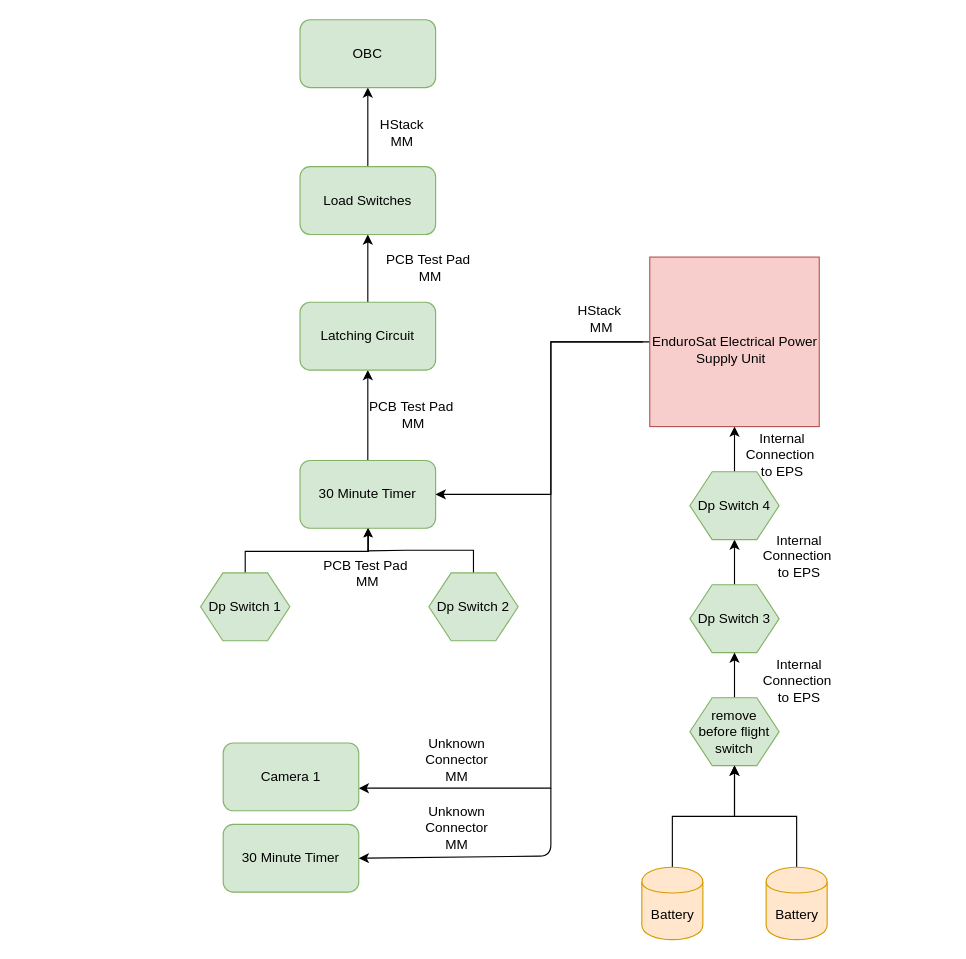
Before: Systems/Assembly and Integration/PREMCR/EGSE_30MinTimer_BlockDiagram.drawio in cubesat-project/CubeSat, a draw.io diagram. Source tidied: cells renumbered, new cells numbered last; positions are measured from the earlier drawing's top-left corner, leaving out a move shared by most shapes. Both pictures are drawn from the tidied source at 113%, with x=0, y=0 at pixel (144, 19).
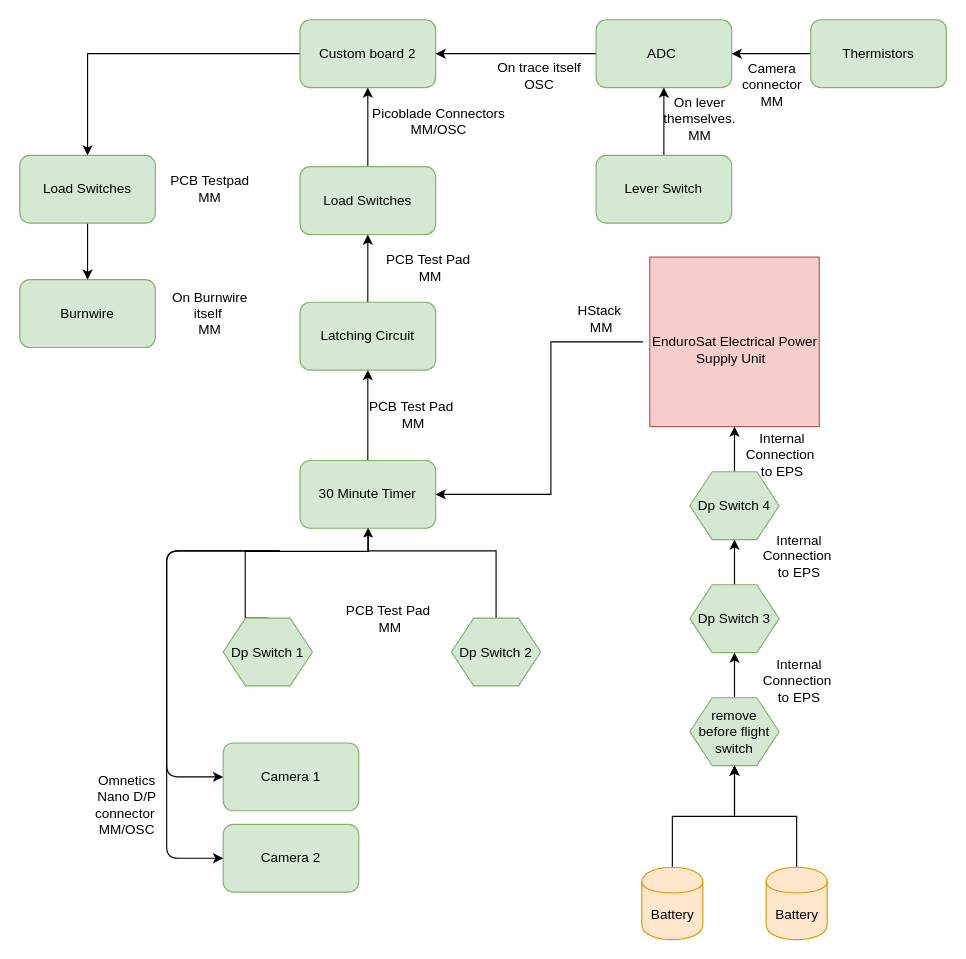
Above is the later version.

The change refers to these unchanged cells:
```xml
<mxCell id="5" value="30 Minute Timer" style="rounded=1;whiteSpace=wrap;html=1;fillColor=#d5e8d4;strokeColor=#82b366;" parent="1" vertex="1">
  <mxGeometry x="138" y="390" width="120" height="60" as="geometry" />
</mxCell>
<mxCell id="18" value="&lt;br&gt;EnduroSat Electrical Power Supply Unit&amp;nbsp;&amp;nbsp;" style="whiteSpace=wrap;html=1;fillColor=#f8cecc;strokeColor=#b85450;align=center;" parent="1" vertex="1">
  <mxGeometry x="447.5" y="210" width="150" height="150" as="geometry" />
</mxCell>
<mxCell id="29" value="Camera 1" style="rounded=1;whiteSpace=wrap;html=1;fillColor=#d5e8d4;strokeColor=#82b366;" parent="1" vertex="1">
  <mxGeometry x="70" y="640" width="120" height="60" as="geometry" />
</mxCell>
```

What changed in the source:
```diff
@@
     <mxCell id="7" value="Dp Switch 1" style="shape=hexagon;perimeter=hexagonPerimeter2;whiteSpace=wrap;html=1;fillColor=#d5e8d4;strokeColor=#82b366;" parent="1" vertex="1">
-      <mxGeometry x="50" y="489.5" width="79" height="60" as="geometry" />
+      <mxGeometry x="70" y="529.5" width="79" height="60" as="geometry" />
     </mxCell>
     <mxCell id="8" style="edgeStyle=orthogonalEdgeStyle;rounded=0;jettySize=auto;html=1;exitX=0.5;exitY=0;exitDx=0;exitDy=0;entryX=0.5;entryY=1;entryDx=0;entryDy=0;startArrow=none;startFill=0;endArrow=classic;endFill=1;endSize=5;targetPerimeterSpacing=0;" parent="1" edge="1" source="9" target="5">
-      <mxGeometry relative="1" as="geometry" />
+      <mxGeometry relative="1" as="geometry">
+        <Array as="points">
+          <mxPoint x="312" y="470" />
+          <mxPoint x="198" y="470" />
+        </Array>
+      </mxGeometry>
     </mxCell>
     <mxCell id="9" value="Dp Switch 2" style="shape=hexagon;perimeter=hexagonPerimeter2;whiteSpace=wrap;html=1;fillColor=#d5e8d4;strokeColor=#82b366;" parent="1" vertex="1">
-      <mxGeometry x="252" y="489.5" width="79" height="60" as="geometry" />
+      <mxGeometry x="272" y="529.5" width="79" height="60" as="geometry" />
     </mxCell>
@@
-    <mxCell id="17" style="edgeStyle=orthogonalEdgeStyle;rounded=0;jettySize=auto;html=1;exitX=0;exitY=0.5;exitDx=0;exitDy=0;" parent="1" edge="1" source="18">
-      <mxGeometry relative="1" as="geometry">
-        <mxPoint x="190" y="680" as="targetPoint" />
-        <Array as="points">
-          <mxPoint x="360" y="285" />
-          <mxPoint x="360" y="680" />
-          <mxPoint x="190" y="680" />
-        </Array>
-      </mxGeometry>
-    </mxCell>
@@
+    <mxCell id="41" style="edgeStyle=orthogonalEdgeStyle;rounded=0;jettySize=auto;html=1;entryX=0.5;entryY=0;entryDx=0;entryDy=0;" parent="1" edge="1" source="28" target="47">
+      <mxGeometry relative="1" as="geometry" />
+    </mxCell>
-    <mxCell id="28" value="OBC" style="rounded=1;whiteSpace=wrap;html=1;fillColor=#d5e8d4;strokeColor=#82b366;" parent="1" vertex="1">
+    <mxCell id="28" value="Custom board 2" style="rounded=1;whiteSpace=wrap;html=1;fillColor=#d5e8d4;strokeColor=#82b366;" parent="1" vertex="1">
       <mxGeometry x="138" width="120" height="60" as="geometry" />
     </mxCell>
@@
-    <mxCell id="30" value="30 Minute Timer" style="rounded=1;whiteSpace=wrap;html=1;fillColor=#d5e8d4;strokeColor=#82b366;" parent="1" vertex="1">
+    <mxCell id="30" value="Camera 2" style="rounded=1;whiteSpace=wrap;html=1;fillColor=#d5e8d4;strokeColor=#82b366;" parent="1" vertex="1">
       <mxGeometry x="70" y="712" width="120" height="60" as="geometry" />
     </mxCell>
-    <mxCell id="31" style="endArrow=classic;html=1;entryX=1;entryY=0.5;entryDx=0;entryDy=0;" parent="1" edge="1" target="30">
-      <mxGeometry relative="1" as="geometry">
-        <mxPoint x="360" y="680" as="sourcePoint" />
-        <Array as="points">
-          <mxPoint x="360" y="740" />
-        </Array>
-      </mxGeometry>
-    </mxCell>
-    <mxCell id="32" value="Unknown Connector MM" style="text;html=1;strokeColor=none;fillColor=none;align=center;verticalAlign=middle;whiteSpace=wrap;rounded=0;" parent="1" vertex="1">
-      <mxGeometry x="252" y="630" width="50" height="50" as="geometry" />
-    </mxCell>
-    <mxCell id="33" value="Unknown Connector MM" style="text;html=1;strokeColor=none;fillColor=none;align=center;verticalAlign=middle;whiteSpace=wrap;rounded=0;" parent="1" vertex="1">
-      <mxGeometry x="252" y="690" width="50" height="50" as="geometry" />
-    </mxCell>
@@
     <mxCell id="37" value="PCB Test Pad&amp;nbsp;&lt;br&gt;MM" style="text;html=1;strokeColor=none;fillColor=none;align=center;verticalAlign=middle;whiteSpace=wrap;rounded=0;" parent="1" vertex="1">
-      <mxGeometry x="153" y="480" width="90" height="20" as="geometry" />
+      <mxGeometry x="173" y="520" width="90" height="20" as="geometry" />
     </mxCell>
@@
-    <mxCell id="40" value="HStack&lt;br&gt;MM" style="text;html=1;strokeColor=none;fillColor=none;align=center;verticalAlign=middle;whiteSpace=wrap;rounded=0;" parent="1" vertex="1">
-      <mxGeometry x="180" y="90" width="97" height="20" as="geometry" />
+    <mxCell id="40" value="Picoblade Connectors&lt;br&gt;MM/OSC" style="text;html=1;strokeColor=none;fillColor=none;align=center;verticalAlign=middle;whiteSpace=wrap;rounded=0;" parent="1" vertex="1">
+      <mxGeometry x="180" y="70" width="162" height="40" as="geometry" />
     </mxCell>
+    <mxCell id="42" style="endArrow=classic;html=1;entryX=0;entryY=0.5;entryDx=0;entryDy=0;" parent="1" edge="1" target="29">
+      <mxGeometry relative="1" as="geometry">
+        <mxPoint x="120" y="470" as="sourcePoint" />
+        <Array as="points">
+          <mxPoint x="20" y="470" />
+          <mxPoint x="20" y="670" />
+        </Array>
+      </mxGeometry>
+    </mxCell>
+    <mxCell id="43" style="endArrow=classic;html=1;entryX=0;entryY=0.5;entryDx=0;entryDy=0;" parent="1" edge="1" target="30">
+      <mxGeometry relative="1" as="geometry">
+        <mxPoint x="120" y="470" as="sourcePoint" />
+        <Array as="points">
+          <mxPoint x="20" y="470" />
+          <mxPoint x="20" y="742" />
+        </Array>
+      </mxGeometry>
+    </mxCell>
+    <mxCell id="44" value="Omnetics Nano D/P connector&amp;nbsp; MM/OSC" style="text;html=1;strokeColor=none;fillColor=none;align=center;verticalAlign=middle;whiteSpace=wrap;rounded=0;" parent="1" vertex="1">
+      <mxGeometry x="-40" y="670" width="50" height="50" as="geometry" />
+    </mxCell>
+    <mxCell id="45" value="Burnwire" style="rounded=1;whiteSpace=wrap;html=1;fillColor=#d5e8d4;strokeColor=#82b366;" parent="1" vertex="1">
+      <mxGeometry x="-110" y="230" width="120" height="60" as="geometry" />
+    </mxCell>
+    <mxCell id="46" style="edgeStyle=orthogonalEdgeStyle;rounded=0;jettySize=auto;html=1;" parent="1" edge="1" source="47" target="45">
+      <mxGeometry relative="1" as="geometry" />
+    </mxCell>
+    <mxCell id="47" value="Load Switches" style="rounded=1;whiteSpace=wrap;html=1;fillColor=#d5e8d4;strokeColor=#82b366;" parent="1" vertex="1">
+      <mxGeometry x="-110" y="120" width="120" height="60" as="geometry" />
+    </mxCell>
+    <mxCell id="48" value="On Burnwire itself&amp;nbsp;&lt;br&gt;MM" style="text;html=1;strokeColor=none;fillColor=none;align=center;verticalAlign=middle;whiteSpace=wrap;rounded=0;" parent="1" vertex="1">
+      <mxGeometry x="10" y="250" width="97" height="20" as="geometry" />
+    </mxCell>
+    <mxCell id="49" value="PCB Testpad&lt;br&gt;MM" style="text;html=1;strokeColor=none;fillColor=none;align=center;verticalAlign=middle;whiteSpace=wrap;rounded=0;" parent="1" vertex="1">
+      <mxGeometry x="10" y="140" width="97" height="20" as="geometry" />
+    </mxCell>
+    <mxCell id="50" style="edgeStyle=orthogonalEdgeStyle;rounded=0;jettySize=auto;html=1;entryX=1;entryY=0.5;entryDx=0;entryDy=0;" parent="1" edge="1" source="51" target="28">
+      <mxGeometry relative="1" as="geometry" />
+    </mxCell>
+    <mxCell id="51" value="ADC&amp;nbsp;" style="rounded=1;whiteSpace=wrap;html=1;fillColor=#d5e8d4;strokeColor=#82b366;" parent="1" vertex="1">
+      <mxGeometry x="400" width="120" height="60" as="geometry" />
+    </mxCell>
+    <mxCell id="52" value="On trace itself&lt;br&gt;OSC" style="text;html=1;strokeColor=none;fillColor=none;align=center;verticalAlign=middle;whiteSpace=wrap;rounded=0;" parent="1" vertex="1">
+      <mxGeometry x="310" y="10" width="80" height="80" as="geometry" />
+    </mxCell>
+    <mxCell id="53" style="edgeStyle=orthogonalEdgeStyle;rounded=0;jettySize=auto;html=1;" parent="1" edge="1" source="54" target="51">
+      <mxGeometry relative="1" as="geometry" />
+    </mxCell>
+    <mxCell id="54" value="Lever Switch" style="rounded=1;whiteSpace=wrap;html=1;fillColor=#d5e8d4;strokeColor=#82b366;" parent="1" vertex="1">
+      <mxGeometry x="400" y="120" width="120" height="60" as="geometry" />
+    </mxCell>
+    <mxCell id="55" style="edgeStyle=orthogonalEdgeStyle;rounded=0;jettySize=auto;html=1;" parent="1" edge="1" source="56" target="51">
+      <mxGeometry relative="1" as="geometry" />
+    </mxCell>
+    <mxCell id="56" value="Thermistors" style="rounded=1;whiteSpace=wrap;html=1;fillColor=#d5e8d4;strokeColor=#82b366;" parent="1" vertex="1">
+      <mxGeometry x="590" width="120" height="60" as="geometry" />
+    </mxCell>
+    <mxCell id="57" value="&lt;div style=&quot;text-align: center&quot;&gt;&lt;span&gt;&lt;font face=&quot;helvetica&quot;&gt;On lever themselves.&lt;br&gt;MM&lt;/font&gt;&lt;/span&gt;&lt;/div&gt;&lt;div style=&quot;text-align: center&quot;&gt;&lt;span&gt;&lt;font face=&quot;helvetica&quot;&gt;&lt;br&gt;&lt;/font&gt;&lt;/span&gt;&lt;/div&gt;" style="text;whiteSpace=wrap;html=1;" parent="1" vertex="1">
+      <mxGeometry x="440.5" y="60" width="100" height="40" as="geometry" />
+    </mxCell>
+    <mxCell id="58" value="&lt;div style=&quot;text-align: center&quot;&gt;&lt;font face=&quot;helvetica&quot;&gt;Camera connector&lt;br&gt;MM&lt;/font&gt;&lt;/div&gt;" style="text;whiteSpace=wrap;html=1;" parent="1" vertex="1">
+      <mxGeometry x="504.5" y="30" width="100" height="40" as="geometry" />
+    </mxCell>
```
